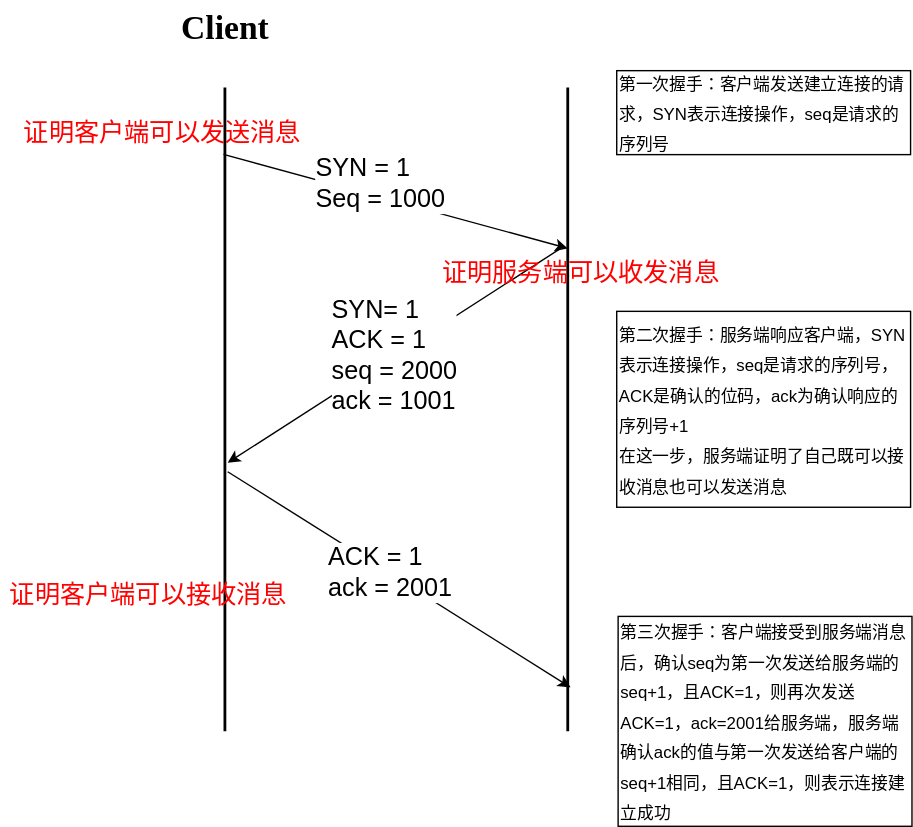
The draw.io diagram image/http.svg in wenjinlei/Study-Notes, before a commit. Source tidied: cells renumbered, new cells last; positions are measured from the earlier drawing's top-left corner, leaving out a move shared by most shapes.
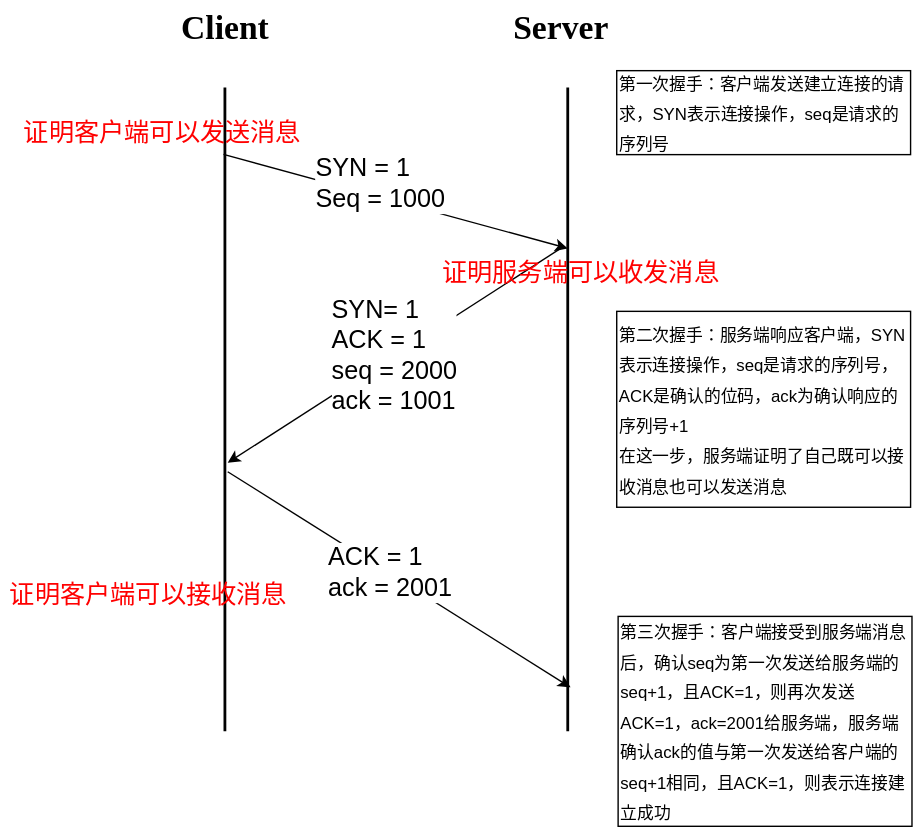
Above is the later version.

Commit message:
http 3次握手

Diff of the diagram source:
```diff
@@ -11,7 +11,7 @@
     <mxCell id="4" value="&lt;font color=&quot;#000000&quot;&gt;Client&lt;/font&gt;" style="text;strokeColor=none;fillColor=none;html=1;fontSize=24;fontStyle=1;verticalAlign=middle;align=center;fontFamily=Comic Sans MS;" parent="1" vertex="1">
       <mxGeometry x="110" width="100" height="40" as="geometry" />
     </mxCell>
-    <mxCell id="5" value="&lt;font color=&quot;#ffffff&quot;&gt;Server&lt;/font&gt;" style="text;strokeColor=none;fillColor=none;html=1;fontSize=24;fontStyle=1;verticalAlign=middle;align=center;fontFamily=Comic Sans MS;" parent="1" vertex="1">
+    <mxCell id="5" value="&lt;font color=&quot;#000000&quot;&gt;Server&lt;/font&gt;" style="text;strokeColor=none;fillColor=none;html=1;fontSize=24;fontStyle=1;verticalAlign=middle;align=center;fontFamily=Comic Sans MS;" parent="1" vertex="1">
       <mxGeometry x="350" width="100" height="40" as="geometry" />
     </mxCell>
     <mxCell id="6" style="endArrow=classic;html=1;fontFamily=Comic Sans MS;fontSize=18;exitX=0.104;exitY=0.6;exitDx=0;exitDy=0;exitPerimeter=0;entryX=0.25;entryY=0.5;entryDx=0;entryDy=0;entryPerimeter=0;strokeColor=#000000;" parent="1" edge="1" source="2" target="3">
```
